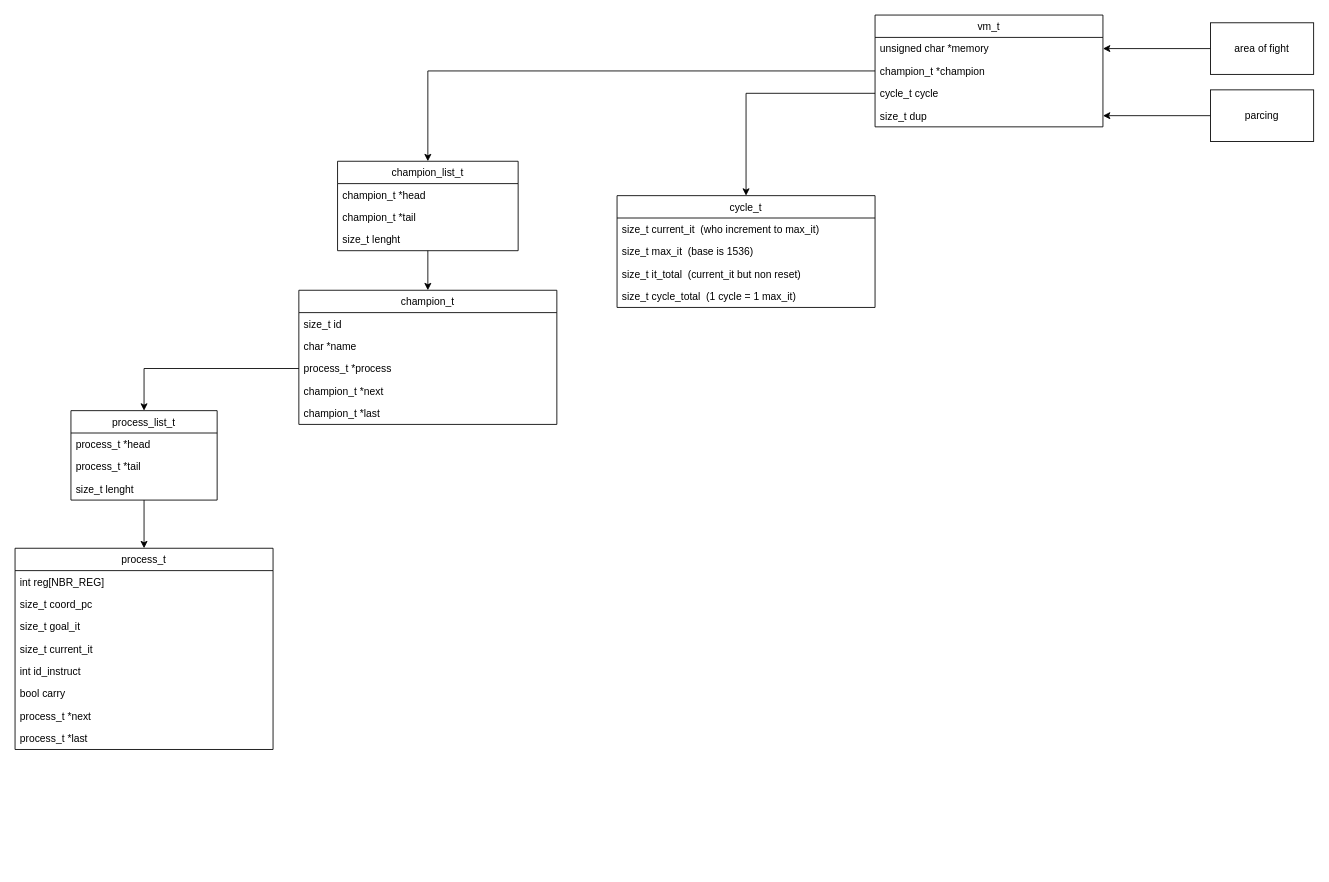
Above: corewar/archi/struct_tree.drawio in PierreMauger/Corewar (draw.io), before the change. Source tidied: cells renumbered, new cells numbered last; positions are measured from the earlier drawing's top-left corner, leaving out a move shared by most shapes. Both pictures are drawn from the tidied source at 86%, with x=0, y=0 at pixel (15, 15).
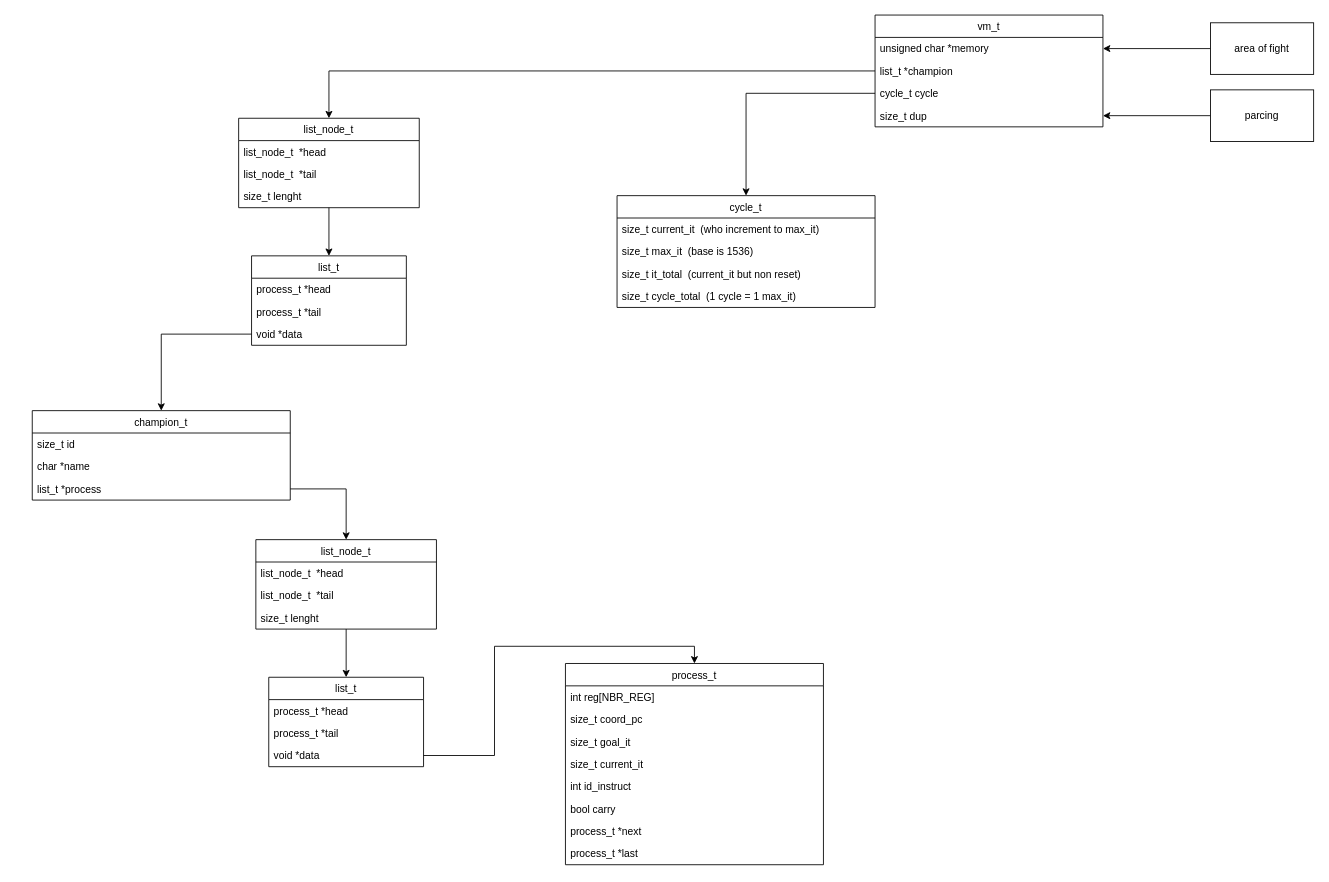
Above is the later version.

Commit message (it also covers changes not shown here):
ADDED: linked list refacto

The change refers to these unchanged cells:
```xml
<mxCell id="2" value="vm_t" style="swimlane;fontStyle=0;horizontal=1;startSize=26;fillColor=none;" parent="1" vertex="1">
  <mxGeometry x="1000" width="265" height="130" as="geometry" />
</mxCell>
```

Change to the diagram source:
```diff
@@
-    <mxCell id="4" value="champion_t *champion&#10;" style="text;strokeColor=none;fillColor=none;align=left;verticalAlign=top;spacingLeft=4;spacingRight=4;overflow=hidden;points=[[0,0.5],[1,0.5]];portConstraint=eastwest;" parent="2" vertex="1">
+    <mxCell id="4" value="list_t *champion&#10;" style="text;strokeColor=none;fillColor=none;align=left;verticalAlign=top;spacingLeft=4;spacingRight=4;overflow=hidden;points=[[0,0.5],[1,0.5]];portConstraint=eastwest;" parent="2" vertex="1">
       <mxGeometry y="52" width="265" height="26" as="geometry" />
     </mxCell>
@@
     <mxCell id="17" value="champion_t" style="swimlane;fontStyle=0;horizontal=1;startSize=26;fillColor=none;" parent="1" vertex="1">
-      <mxGeometry x="330" y="320" width="300" height="156" as="geometry" />
+      <mxGeometry x="20" y="460" width="300" height="104" as="geometry" />
     </mxCell>
@@
-    <mxCell id="20" value="process_t *process" style="text;strokeColor=none;fillColor=none;align=left;verticalAlign=top;spacingLeft=4;spacingRight=4;overflow=hidden;points=[[0,0.5],[1,0.5]];portConstraint=eastwest;" parent="17" vertex="1">
+    <mxCell id="20" value="list_t *process" style="text;strokeColor=none;fillColor=none;align=left;verticalAlign=top;spacingLeft=4;spacingRight=4;overflow=hidden;points=[[0,0.5],[1,0.5]];portConstraint=eastwest;" parent="17" vertex="1">
       <mxGeometry y="78" width="300" height="26" as="geometry" />
     </mxCell>
-    <mxCell id="21" value="champion_t *next" style="text;strokeColor=none;fillColor=none;align=left;verticalAlign=top;spacingLeft=4;spacingRight=4;overflow=hidden;" parent="17" vertex="1">
-      <mxGeometry y="104" width="300" height="26" as="geometry" />
-    </mxCell>
-    <mxCell id="22" value="champion_t *last" style="text;strokeColor=none;fillColor=none;align=left;verticalAlign=top;spacingLeft=4;spacingRight=4;overflow=hidden;" parent="17" vertex="1">
-      <mxGeometry y="130" width="300" height="26" as="geometry" />
-    </mxCell>
     <mxCell id="23" value="process_t" style="swimlane;fontStyle=0;horizontal=1;startSize=26;fillColor=none;" parent="1" vertex="1">
-      <mxGeometry y="620" width="300" height="234" as="geometry" />
+      <mxGeometry x="640" y="754" width="300" height="234" as="geometry" />
     </mxCell>
@@
-    <mxCell id="32" style="edgeStyle=orthogonalEdgeStyle;rounded=0;jettySize=auto;html=1;entryX=0.5;entryY=0;entryDx=0;entryDy=0;" parent="1" edge="1" source="33" target="23">
-      <mxGeometry relative="1" as="geometry" />
-    </mxCell>
-    <mxCell id="33" value="process_list_t" style="swimlane;fontStyle=0;horizontal=1;startSize=26;fillColor=none;" parent="1" vertex="1">
-      <mxGeometry x="65" y="460" width="170" height="104" as="geometry" />
-    </mxCell>
-    <mxCell id="34" value="process_t *head" style="text;strokeColor=none;fillColor=none;align=left;verticalAlign=top;spacingLeft=4;spacingRight=4;overflow=hidden;" parent="33" vertex="1">
-      <mxGeometry y="26" width="170" height="26" as="geometry" />
-    </mxCell>
-    <mxCell id="35" value="process_t *tail" style="text;strokeColor=none;fillColor=none;align=left;verticalAlign=top;spacingLeft=4;spacingRight=4;overflow=hidden;" parent="33" vertex="1">
-      <mxGeometry y="52" width="170" height="26" as="geometry" />
-    </mxCell>
-    <mxCell id="36" value="size_t lenght" style="text;strokeColor=none;fillColor=none;align=left;verticalAlign=top;spacingLeft=4;spacingRight=4;overflow=hidden;" parent="33" vertex="1">
-      <mxGeometry y="78" width="170" height="26" as="geometry" />
-    </mxCell>
-    <mxCell id="37" style="edgeStyle=orthogonalEdgeStyle;rounded=0;jettySize=auto;html=1;entryX=0.5;entryY=0;entryDx=0;entryDy=0;" parent="1" edge="1" source="20" target="33">
-      <mxGeometry relative="1" as="geometry" />
-    </mxCell>
-    <mxCell id="38" style="edgeStyle=orthogonalEdgeStyle;rounded=0;jettySize=auto;html=1;entryX=0.5;entryY=0;entryDx=0;entryDy=0;" parent="1" edge="1" source="39" target="17">
-      <mxGeometry relative="1" as="geometry" />
-    </mxCell>
+    <mxCell id="44" style="edgeStyle=orthogonalEdgeStyle;rounded=0;jettySize=auto;html=1;entryX=0.5;entryY=0;entryDx=0;entryDy=0;" parent="1" edge="1" source="39" target="45">
+      <mxGeometry relative="1" as="geometry" />
+    </mxCell>
-    <mxCell id="39" value="champion_list_t" style="swimlane;fontStyle=0;horizontal=1;startSize=26;fillColor=none;" parent="1" vertex="1">
-      <mxGeometry x="375" y="170" width="210" height="104" as="geometry" />
+    <mxCell id="39" value="list_node_t" style="swimlane;fontStyle=0;horizontal=1;startSize=26;fillColor=none;" parent="1" vertex="1">
+      <mxGeometry x="260" y="120" width="210" height="104" as="geometry" />
     </mxCell>
-    <mxCell id="40" value="champion_t *head" style="text;strokeColor=none;fillColor=none;align=left;verticalAlign=top;spacingLeft=4;spacingRight=4;overflow=hidden;" parent="39" vertex="1">
+    <mxCell id="40" value="list_node_t  *head" style="text;strokeColor=none;fillColor=none;align=left;verticalAlign=top;spacingLeft=4;spacingRight=4;overflow=hidden;" parent="39" vertex="1">
       <mxGeometry y="26" width="210" height="26" as="geometry" />
     </mxCell>
-    <mxCell id="41" value="champion_t *tail" style="text;strokeColor=none;fillColor=none;align=left;verticalAlign=top;spacingLeft=4;spacingRight=4;overflow=hidden;" parent="39" vertex="1">
+    <mxCell id="41" value="list_node_t  *tail" style="text;strokeColor=none;fillColor=none;align=left;verticalAlign=top;spacingLeft=4;spacingRight=4;overflow=hidden;" parent="39" vertex="1">
       <mxGeometry y="52" width="210" height="26" as="geometry" />
     </mxCell>
@@
+    <mxCell id="45" value="list_t" style="swimlane;fontStyle=0;horizontal=1;startSize=26;fillColor=none;" parent="1" vertex="1">
+      <mxGeometry x="275" y="280" width="180" height="104" as="geometry" />
+    </mxCell>
+    <mxCell id="46" value="process_t *head" style="text;strokeColor=none;fillColor=none;align=left;verticalAlign=top;spacingLeft=4;spacingRight=4;overflow=hidden;" parent="45" vertex="1">
+      <mxGeometry y="26" width="180" height="26" as="geometry" />
+    </mxCell>
+    <mxCell id="47" value="process_t *tail" style="text;strokeColor=none;fillColor=none;align=left;verticalAlign=top;spacingLeft=4;spacingRight=4;overflow=hidden;" parent="45" vertex="1">
+      <mxGeometry y="52" width="180" height="26" as="geometry" />
+    </mxCell>
+    <mxCell id="48" value="void *data" style="text;strokeColor=none;fillColor=none;align=left;verticalAlign=top;spacingLeft=4;spacingRight=4;overflow=hidden;points=[[0,0.5],[1,0.5]];portConstraint=eastwest;" parent="45" vertex="1">
+      <mxGeometry y="78" width="180" height="26" as="geometry" />
+    </mxCell>
+    <mxCell id="49" style="edgeStyle=orthogonalEdgeStyle;rounded=0;jettySize=auto;html=1;entryX=0.5;entryY=0;entryDx=0;entryDy=0;" parent="1" edge="1" source="48" target="17">
+      <mxGeometry relative="1" as="geometry" />
+    </mxCell>
+    <mxCell id="50" style="edgeStyle=orthogonalEdgeStyle;rounded=0;jettySize=auto;html=1;entryX=0.5;entryY=0;entryDx=0;entryDy=0;" parent="1" edge="1" source="51" target="54">
+      <mxGeometry relative="1" as="geometry" />
+    </mxCell>
+    <mxCell id="51" value="list_node_t" style="swimlane;fontStyle=0;horizontal=1;startSize=26;fillColor=none;" parent="1" vertex="1">
+      <mxGeometry x="280" y="610" width="210" height="104" as="geometry" />
+    </mxCell>
+    <mxCell id="52" value="list_node_t  *head" style="text;strokeColor=none;fillColor=none;align=left;verticalAlign=top;spacingLeft=4;spacingRight=4;overflow=hidden;" parent="51" vertex="1">
+      <mxGeometry y="26" width="210" height="26" as="geometry" />
+    </mxCell>
+    <mxCell id="53" value="list_node_t  *tail" style="text;strokeColor=none;fillColor=none;align=left;verticalAlign=top;spacingLeft=4;spacingRight=4;overflow=hidden;" parent="51" vertex="1">
+      <mxGeometry y="52" width="210" height="26" as="geometry" />
+    </mxCell>
+    <mxCell id="36" value="size_t lenght" style="text;strokeColor=none;fillColor=none;align=left;verticalAlign=top;spacingLeft=4;spacingRight=4;overflow=hidden;" parent="51" vertex="1">
+      <mxGeometry y="78" width="210" height="26" as="geometry" />
+    </mxCell>
+    <mxCell id="54" value="list_t" style="swimlane;fontStyle=0;horizontal=1;startSize=26;fillColor=none;" parent="1" vertex="1">
+      <mxGeometry x="295" y="770" width="180" height="104" as="geometry" />
+    </mxCell>
+    <mxCell id="55" value="process_t *head" style="text;strokeColor=none;fillColor=none;align=left;verticalAlign=top;spacingLeft=4;spacingRight=4;overflow=hidden;" parent="54" vertex="1">
+      <mxGeometry y="26" width="180" height="26" as="geometry" />
+    </mxCell>
+    <mxCell id="56" value="process_t *tail" style="text;strokeColor=none;fillColor=none;align=left;verticalAlign=top;spacingLeft=4;spacingRight=4;overflow=hidden;" parent="54" vertex="1">
+      <mxGeometry y="52" width="180" height="26" as="geometry" />
+    </mxCell>
+    <mxCell id="57" value="void *data" style="text;strokeColor=none;fillColor=none;align=left;verticalAlign=top;spacingLeft=4;spacingRight=4;overflow=hidden;points=[[0,0.5],[1,0.5]];portConstraint=eastwest;" parent="54" vertex="1">
+      <mxGeometry y="78" width="180" height="26" as="geometry" />
+    </mxCell>
+    <mxCell id="58" style="edgeStyle=orthogonalEdgeStyle;rounded=0;jettySize=auto;html=1;entryX=0.5;entryY=0;entryDx=0;entryDy=0;" parent="1" edge="1" source="20" target="51">
+      <mxGeometry relative="1" as="geometry" />
+    </mxCell>
+    <mxCell id="59" style="edgeStyle=orthogonalEdgeStyle;rounded=0;jettySize=auto;html=1;entryX=0.5;entryY=0;entryDx=0;entryDy=0;" parent="1" edge="1" source="57" target="23">
+      <mxGeometry relative="1" as="geometry" />
+    </mxCell>
```
